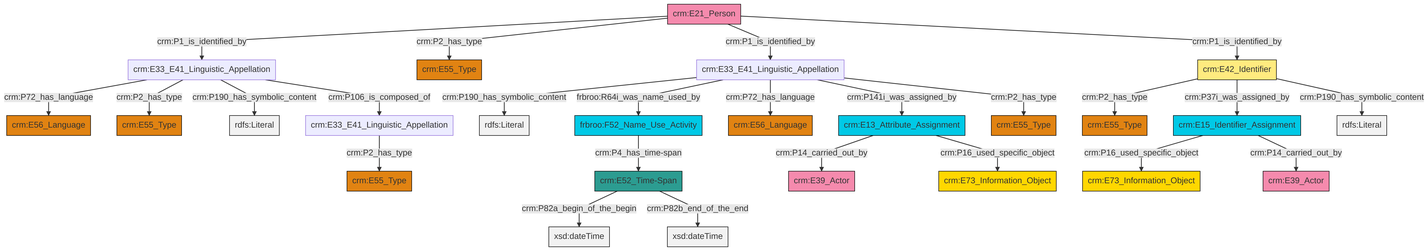
Above: et/personCSV/ttl/mmd/png/Person_Names_and_Classification.png in swiss-art-research-net/docs.swissartresearch (Mermaid), before the change. Its source is kept beside it as et/personCSV/ttl/mmd/Person_Names_and_Classification.ttl.mmd.
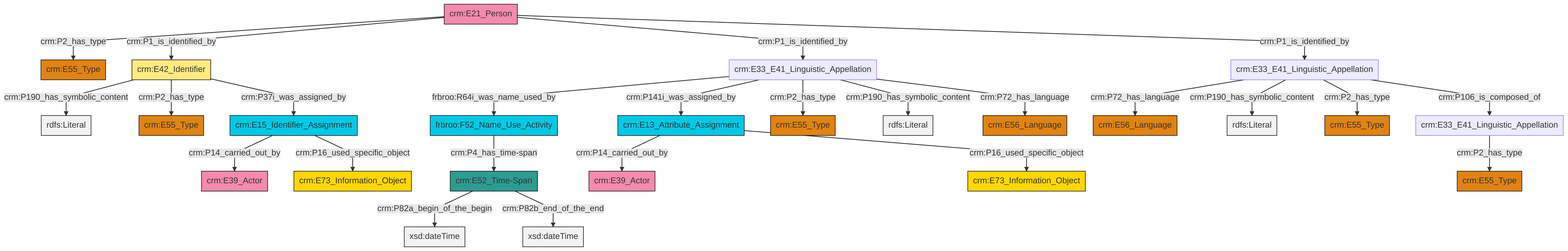
Above is the later version.

Diff of the diagram source:
```diff
@@ -13,27 +13,27 @@
 classDef PC_Classes fill:#4ce600, stroke:#000000;
 classDef Multi fill:#cccccc,stroke:#000000;
 
-0["crm:E21_Person"]:::Actor -->|crm:P1_is_identified_by| 1["crm:E33_E41_Linguistic_Appellation"]:::Default
-2["crm:E33_E41_Linguistic_Appellation"]:::Default -->|crm:P190_has_symbolic_content| 3[rdfs:Literal]:::Literal
-6["crm:E13_Attribute_Assignment"]:::Temporal_Entity -->|crm:P14_carried_out_by| 7["crm:E39_Actor"]:::Actor
-0["crm:E21_Person"]:::Actor -->|crm:P2_has_type| 9["crm:E55_Type"]:::Type
-0["crm:E21_Person"]:::Actor -->|crm:P1_is_identified_by| 2["crm:E33_E41_Linguistic_Appellation"]:::Default
-6["crm:E13_Attribute_Assignment"]:::Temporal_Entity -->|crm:P16_used_specific_object| 12["crm:E73_Information_Object"]:::Conceptual_Object
-13["crm:E42_Identifier"]:::Appellation -->|crm:P2_has_type| 14["crm:E55_Type"]:::Type
-2["crm:E33_E41_Linguistic_Appellation"]:::Default -->|frbroo:R64i_was_name_used_by| 15["frbroo:F52_Name_Use_Activity"]:::Temporal_Entity
-2["crm:E33_E41_Linguistic_Appellation"]:::Default -->|crm:P72_has_language| 16["crm:E56_Language"]:::Type
-1["crm:E33_E41_Linguistic_Appellation"]:::Default -->|crm:P72_has_language| 23["crm:E56_Language"]:::Type
-1["crm:E33_E41_Linguistic_Appellation"]:::Default -->|crm:P2_has_type| 24["crm:E55_Type"]:::Type
-2["crm:E33_E41_Linguistic_Appellation"]:::Default -->|crm:P141i_was_assigned_by| 6["crm:E13_Attribute_Assignment"]:::Temporal_Entity
-0["crm:E21_Person"]:::Actor -->|crm:P1_is_identified_by| 13["crm:E42_Identifier"]:::Appellation
-31["crm:E15_Identifier_Assignment"]:::Temporal_Entity -->|crm:P16_used_specific_object| 32["crm:E73_Information_Object"]:::Conceptual_Object
-17["crm:E33_E41_Linguistic_Appellation"]:::Default -->|crm:P2_has_type| 19["crm:E55_Type"]:::Type
-1["crm:E33_E41_Linguistic_Appellation"]:::Default -->|crm:P190_has_symbolic_content| 34[rdfs:Literal]:::Literal
-4["crm:E52_Time-Span"]:::Time-Span -->|crm:P82a_begin_of_the_begin| 35[xsd:dateTime]:::Literal
-4["crm:E52_Time-Span"]:::Time-Span -->|crm:P82b_end_of_the_end| 36[xsd:dateTime]:::Literal
-15["frbroo:F52_Name_Use_Activity"]:::Temporal_Entity -->|crm:P4_has_time-span| 4["crm:E52_Time-Span"]:::Time-Span
-31["crm:E15_Identifier_Assignment"]:::Temporal_Entity -->|crm:P14_carried_out_by| 37["crm:E39_Actor"]:::Actor
-13["crm:E42_Identifier"]:::Appellation -->|crm:P37i_was_assigned_by| 31["crm:E15_Identifier_Assignment"]:::Temporal_Entity
-13["crm:E42_Identifier"]:::Appellation -->|crm:P190_has_symbolic_content| 41[rdfs:Literal]:::Literal
-1["crm:E33_E41_Linguistic_Appellation"]:::Default -->|crm:P106_is_composed_of| 17["crm:E33_E41_Linguistic_Appellation"]:::Default
-2["crm:E33_E41_Linguistic_Appellation"]:::Default -->|crm:P2_has_type| 42["crm:E55_Type"]:::Type
+0["crm:E21_Person"]:::Actor -->|crm:P2_has_type| 1["crm:E55_Type"]:::Type
+2["crm:E42_Identifier"]:::Appellation -->|crm:P190_has_symbolic_content| 3[rdfs:Literal]:::Literal
+4["crm:E13_Attribute_Assignment"]:::Temporal_Entity -->|crm:P14_carried_out_by| 5["crm:E39_Actor"]:::Actor
+6["crm:E33_E41_Linguistic_Appellation"]:::Default -->|crm:P72_has_language| 7["crm:E56_Language"]:::Type
+2["crm:E42_Identifier"]:::Appellation -->|crm:P2_has_type| 8["crm:E55_Type"]:::Type
+2["crm:E42_Identifier"]:::Appellation -->|crm:P37i_was_assigned_by| 19["crm:E15_Identifier_Assignment"]:::Temporal_Entity
+20["crm:E52_Time-Span"]:::Time-Span -->|crm:P82a_begin_of_the_begin| 21[xsd:dateTime]:::Literal
+6["crm:E33_E41_Linguistic_Appellation"]:::Default -->|crm:P190_has_symbolic_content| 22[rdfs:Literal]:::Literal
+28["crm:E33_E41_Linguistic_Appellation"]:::Default -->|frbroo:R64i_was_name_used_by| 29["frbroo:F52_Name_Use_Activity"]:::Temporal_Entity
+12["crm:E33_E41_Linguistic_Appellation"]:::Default -->|crm:P2_has_type| 9["crm:E55_Type"]:::Type
+4["crm:E13_Attribute_Assignment"]:::Temporal_Entity -->|crm:P16_used_specific_object| 31["crm:E73_Information_Object"]:::Conceptual_Object
+28["crm:E33_E41_Linguistic_Appellation"]:::Default -->|crm:P141i_was_assigned_by| 4["crm:E13_Attribute_Assignment"]:::Temporal_Entity
+0["crm:E21_Person"]:::Actor -->|crm:P1_is_identified_by| 2["crm:E42_Identifier"]:::Appellation
+19["crm:E15_Identifier_Assignment"]:::Temporal_Entity -->|crm:P14_carried_out_by| 33["crm:E39_Actor"]:::Actor
+29["frbroo:F52_Name_Use_Activity"]:::Temporal_Entity -->|crm:P4_has_time-span| 20["crm:E52_Time-Span"]:::Time-Span
+28["crm:E33_E41_Linguistic_Appellation"]:::Default -->|crm:P2_has_type| 23["crm:E55_Type"]:::Type
+0["crm:E21_Person"]:::Actor -->|crm:P1_is_identified_by| 28["crm:E33_E41_Linguistic_Appellation"]:::Default
+6["crm:E33_E41_Linguistic_Appellation"]:::Default -->|crm:P2_has_type| 17["crm:E55_Type"]:::Type
+19["crm:E15_Identifier_Assignment"]:::Temporal_Entity -->|crm:P16_used_specific_object| 26["crm:E73_Information_Object"]:::Conceptual_Object
+28["crm:E33_E41_Linguistic_Appellation"]:::Default -->|crm:P190_has_symbolic_content| 44[rdfs:Literal]:::Literal
+6["crm:E33_E41_Linguistic_Appellation"]:::Default -->|crm:P106_is_composed_of| 12["crm:E33_E41_Linguistic_Appellation"]:::Default
+28["crm:E33_E41_Linguistic_Appellation"]:::Default -->|crm:P72_has_language| 14["crm:E56_Language"]:::Type
+0["crm:E21_Person"]:::Actor -->|crm:P1_is_identified_by| 6["crm:E33_E41_Linguistic_Appellation"]:::Default
+20["crm:E52_Time-Span"]:::Time-Span -->|crm:P82b_end_of_the_end| 45[xsd:dateTime]:::Literal
```
